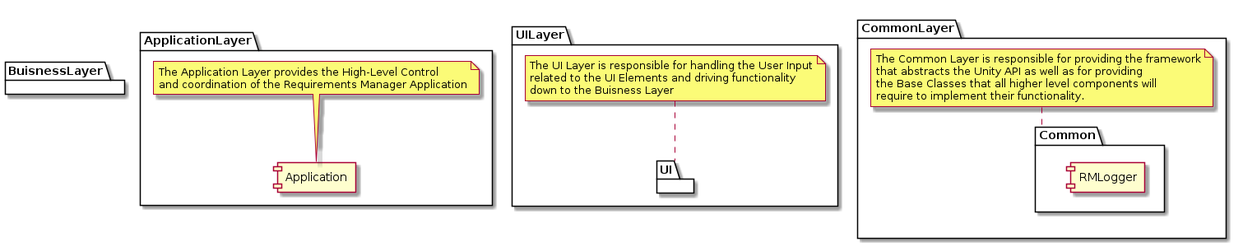
gboud21/PythonTools keeps this PlantUML diagram as requirementsManager/design/architecture/PD_LayeredArchitecture.png. Above is the earlier version. Source of this version:
```plantuml
@startuml
top to bottom direction
skinparam linetype ortho
skinparam fixCircleLabelOverlapping true

package ApplicationLayer{
    [Application]
note top of Application
The Application Layer provides the High-Level Control
and coordination of the Requirements Manager Application
end note
}

package UILayer{
package UI{
}

note top of UI
The UI Layer is responsible for handling the User Input
related to the UI Elements and driving functionality
down to the Buisness Layer
end note
}

package BuisnessLayer{
}

package CommonLayer{
package Common{
    [RMLogger]
}

note top of Common
The Common Layer is responsible for providing the framework
that abstracts the Unity API as well as for providing
the Base Classes that all higher level components will
require to implement their functionality.
end note
}

@enduml
```
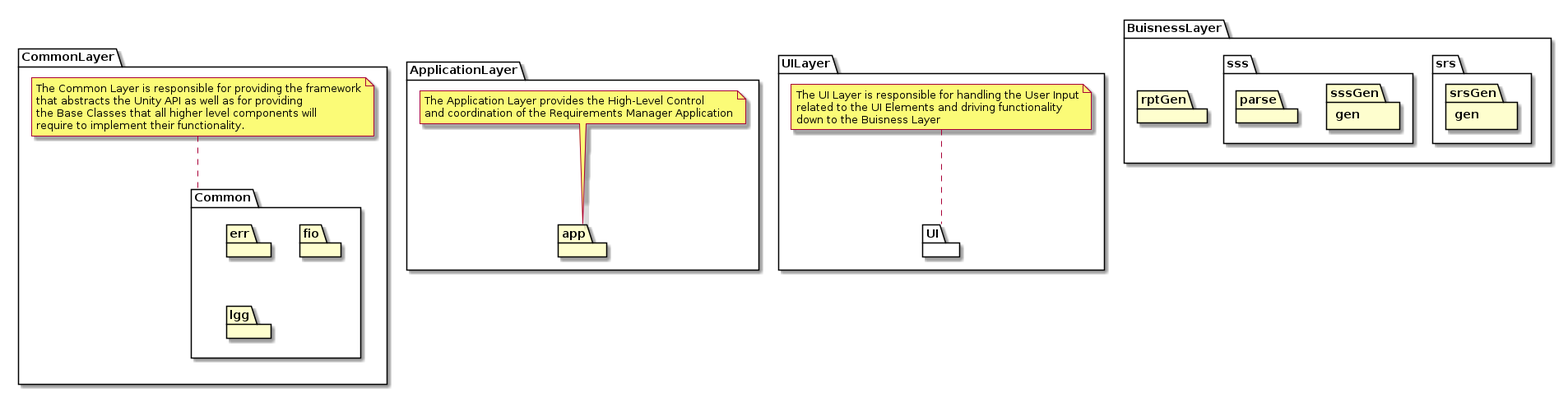
After the change.

Change to the diagram source:
```diff
@@ -4,8 +4,8 @@
 skinparam fixCircleLabelOverlapping true
 
 package ApplicationLayer{
-    [Application]
-note top of Application
+    package app
+note top of app
 The Application Layer provides the High-Level Control
 and coordination of the Requirements Manager Application
 end note
@@ -23,11 +23,23 @@
 }
 
 package BuisnessLayer{
+    package rptGen
+
+    package srs{
+        package gen as srsGen
+    }
+
+    package sss{
+        package gen as sssGen
+        package parse
+    }
 }
 
 package CommonLayer{
 package Common{
-    [RMLogger]
+    package err
+    package fio
+    package lgg
 }
 
 note top of Common
```
